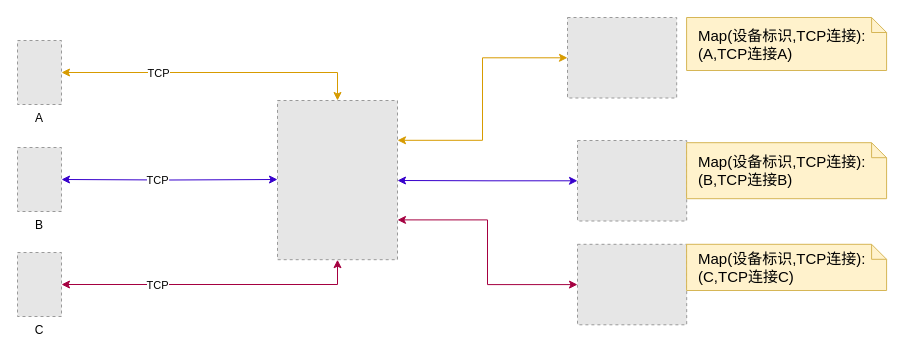
This is tcp集群-nginx.drawio from yzzh9/yzzh9, a draw.io file, before an edit. Source tidied: cells renumbered, new cells numbered last; positions are measured from the earlier drawing's top-left corner, leaving out a move shared by most shapes. Both pictures are drawn from the tidied source at 100%, with x=0, y=0 at pixel (17, 17). Pictures stored in the file or linked from it are replaced by grey dashed boxes.
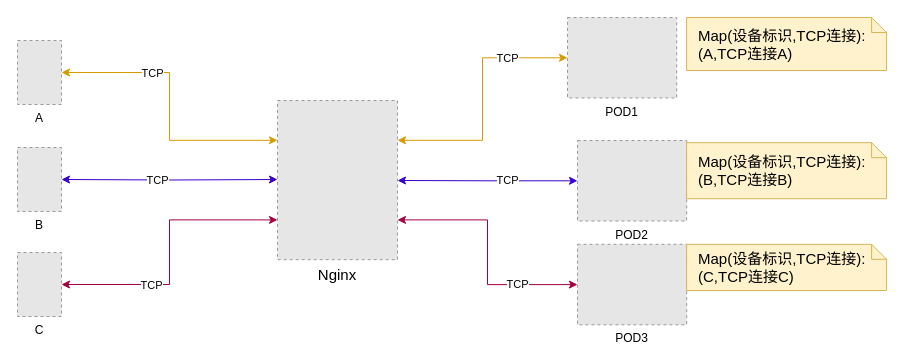
The same diagram, later.

Unchanged cells that the change refers to:
```xml
<mxCell id="4" value="A" style="fillColor=#E6E6E6;strokeColor=#999999;dashed=1;verticalLabelPosition=bottom;labelBackgroundColor=#ffffff;verticalAlign=top;" parent="1" vertex="1">
  <mxGeometry y="23" width="44" height="64" as="geometry" />
</mxCell>
<mxCell id="8" value="C" style="fillColor=#E6E6E6;strokeColor=#999999;dashed=1;verticalLabelPosition=bottom;labelBackgroundColor=#ffffff;verticalAlign=top;" parent="1" vertex="1">
  <mxGeometry y="235" width="44" height="64" as="geometry" />
</mxCell>
<mxCell id="10" style="edgeStyle=orthogonalEdgeStyle;rounded=0;jettySize=auto;html=1;entryX=1;entryY=0.25;entryDx=0;entryDy=0;startArrow=classic;startFill=1;strokeColor=#d79b00;fillColor=#ffe6cc;" parent="1" edge="1" source="11" target="14">
  <mxGeometry relative="1" as="geometry" />
</mxCell>
<mxCell id="15" style="edgeStyle=orthogonalEdgeStyle;rounded=0;jettySize=auto;html=1;startArrow=classic;startFill=1;strokeColor=#3700CC;fillColor=#6a00ff;" parent="1" edge="1" source="16">
  <mxGeometry relative="1" as="geometry">
    <mxPoint x="380" y="163" as="targetPoint" />
  </mxGeometry>
</mxCell>
<mxCell id="17" style="edgeStyle=orthogonalEdgeStyle;rounded=0;jettySize=auto;html=1;entryX=1;entryY=0.75;entryDx=0;entryDy=0;startArrow=classic;startFill=1;strokeColor=#A50040;fillColor=#d80073;" parent="1" edge="1" source="18" target="14">
  <mxGeometry relative="1" as="geometry" />
</mxCell>
```

Diff of the diagram source:
```diff
@@
-    <mxCell id="2" style="edgeStyle=orthogonalEdgeStyle;rounded=0;jettySize=auto;html=1;entryX=0.5;entryY=0;entryDx=0;entryDy=0;startArrow=classic;startFill=1;strokeColor=#d79b00;fillColor=#ffe6cc;" parent="1" edge="1" source="4" target="14">
+    <mxCell id="2" style="edgeStyle=orthogonalEdgeStyle;rounded=0;jettySize=auto;html=1;entryX=0;entryY=0.25;entryDx=0;entryDy=0;startArrow=classic;startFill=1;strokeColor=#d79b00;fillColor=#ffe6cc;" parent="1" edge="1" source="4" target="14">
       <mxGeometry relative="1" as="geometry" />
     </mxCell>
@@
-    <mxCell id="6" style="edgeStyle=orthogonalEdgeStyle;rounded=0;jettySize=auto;html=1;entryX=0.5;entryY=1;entryDx=0;entryDy=0;startArrow=classic;startFill=1;strokeColor=#A50040;fillColor=#d80073;" parent="1" edge="1" source="8" target="14">
+    <mxCell id="6" style="edgeStyle=orthogonalEdgeStyle;rounded=0;jettySize=auto;html=1;entryX=0;entryY=0.75;entryDx=0;entryDy=0;startArrow=classic;startFill=1;strokeColor=#A50040;fillColor=#d80073;" parent="1" edge="1" source="8" target="14">
       <mxGeometry relative="1" as="geometry" />
     </mxCell>
@@
+    <mxCell id="21" value="TCP" style="edgeLabel;html=1;align=center;verticalAlign=middle;" parent="10" vertex="1">
+      <mxGeometry x="-0.52" relative="1" as="geometry" />
+    </mxCell>
-    <mxCell id="11" style="fillColor=#E6E6E6;strokeColor=#999999;dashed=1;verticalLabelPosition=bottom;labelBackgroundColor=#ffffff;verticalAlign=top;" parent="1" vertex="1">
+    <mxCell id="11" value="POD1" style="fillColor=#E6E6E6;strokeColor=#999999;dashed=1;verticalLabelPosition=bottom;labelBackgroundColor=#ffffff;verticalAlign=top;" parent="1" vertex="1">
       <mxGeometry x="550" width="109.2" height="80.5" as="geometry" />
     </mxCell>
@@
-    <mxCell id="14" style="fillColor=#E6E6E6;strokeColor=#999999;dashed=1;verticalLabelPosition=bottom;labelBackgroundColor=#ffffff;verticalAlign=top;" parent="1" vertex="1">
+    <mxCell id="14" value="Nginx" style="fillColor=#E6E6E6;strokeColor=#999999;dashed=1;verticalLabelPosition=bottom;labelBackgroundColor=#ffffff;verticalAlign=top;fontSize=15;" parent="1" vertex="1">
       <mxGeometry x="260" y="83" width="120" height="159.2" as="geometry" />
     </mxCell>
@@
+    <mxCell id="22" value="TCP" style="edgeLabel;html=1;align=center;verticalAlign=middle;" parent="15" vertex="1">
+      <mxGeometry x="-0.21" y="-1" relative="1" as="geometry" />
+    </mxCell>
-    <mxCell id="16" style="fillColor=#E6E6E6;strokeColor=#999999;dashed=1;verticalLabelPosition=bottom;labelBackgroundColor=#ffffff;verticalAlign=top;" parent="1" vertex="1">
+    <mxCell id="16" value="POD2" style="fillColor=#E6E6E6;strokeColor=#999999;dashed=1;verticalLabelPosition=bottom;labelBackgroundColor=#ffffff;verticalAlign=top;" parent="1" vertex="1">
       <mxGeometry x="560" y="123" width="109.2" height="80.5" as="geometry" />
     </mxCell>
@@
+    <mxCell id="23" value="TCP" style="edgeLabel;html=1;align=center;verticalAlign=middle;" parent="17" vertex="1">
+      <mxGeometry x="-0.5" y="-1" relative="1" as="geometry" />
+    </mxCell>
-    <mxCell id="18" style="fillColor=#E6E6E6;strokeColor=#999999;dashed=1;verticalLabelPosition=bottom;labelBackgroundColor=#ffffff;verticalAlign=top;" parent="1" vertex="1">
+    <mxCell id="18" value="POD3" style="fillColor=#E6E6E6;strokeColor=#999999;dashed=1;verticalLabelPosition=bottom;labelBackgroundColor=#ffffff;verticalAlign=top;" parent="1" vertex="1">
       <mxGeometry x="560" y="226.8" width="109.2" height="80.5" as="geometry" />
     </mxCell>
```
